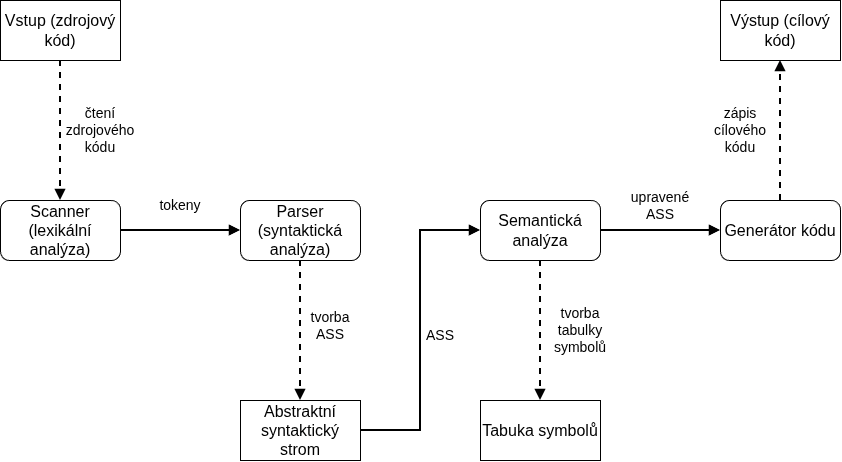
Before: doc/figures/compiler_scheme.png, a diagram exported from draw.io (Rustatano/ifj26-project). Source tidied: cells renumbered, new cells last; positions are measured from the earlier drawing's top-left corner, leaving out a move shared by most shapes.
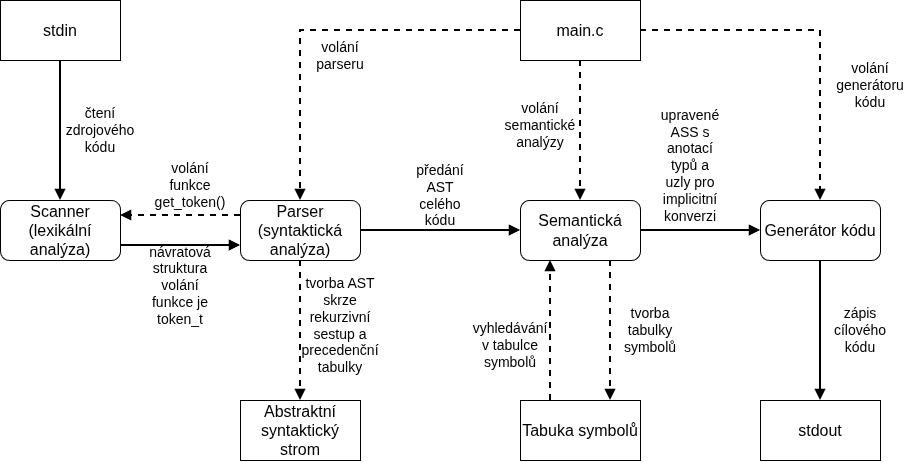
Later version of the same file.

The edit, as a diff of the source:
```diff
@@ -2,8 +2,8 @@
   <root>
     <mxCell id="0" />
     <mxCell id="1" parent="0" />
-    <mxCell id="2" style="edgeStyle=orthogonalEdgeStyle;rounded=0;jettySize=auto;html=1;entryX=0;entryY=0.5;entryDx=0;entryDy=0;defaultLabelBackgroundColor=page;strokeWidth=2;endArrow=block;endFill=1;" parent="1" edge="1" source="3" target="5">
-      <mxGeometry relative="1" as="geometry" />
+    <mxCell id="2" style="edgeStyle=orthogonalEdgeStyle;rounded=0;jettySize=auto;html=1;defaultLabelBackgroundColor=page;strokeWidth=2;endArrow=block;endFill=1;exitX=1;exitY=0.75;exitDx=0;exitDy=0;entryX=0;entryY=0.75;entryDx=0;entryDy=0;" parent="1" edge="1" source="3" target="5">
+      <mxGeometry x="-0.29" relative="1" as="geometry" />
     </mxCell>
     <mxCell id="3" value="Scanner (lexikální analýza&lt;span style=&quot;background-color: transparent; color: light-dark(#000000, var(--ge-light-color, #ffffff));&quot;&gt;)&lt;/span&gt;" style="rounded=1;whiteSpace=wrap;html=1;roundedPerimeter=1;fontSize=16;" parent="1" vertex="1">
       <mxGeometry y="200" width="120" height="60" as="geometry" />
@@ -11,62 +11,95 @@
     <mxCell id="4" style="edgeStyle=orthogonalEdgeStyle;rounded=0;jettySize=auto;html=1;entryX=0.5;entryY=0;entryDx=0;entryDy=0;defaultLabelBackgroundColor=page;dashed=1;endArrow=block;endFill=1;strokeWidth=2;" parent="1" edge="1" source="5" target="12">
       <mxGeometry relative="1" as="geometry" />
     </mxCell>
+    <mxCell id="24" style="edgeStyle=orthogonalEdgeStyle;rounded=0;jettySize=auto;html=1;defaultLabelBackgroundColor=page;labelPadding=0 4;endArrow=block;endFill=1;strokeWidth=2;dashed=1;entryX=1;entryY=0.25;entryDx=0;entryDy=0;exitX=0;exitY=0.25;exitDx=0;exitDy=0;" parent="1" edge="1" source="5" target="3">
+      <mxGeometry relative="1" as="geometry" />
+    </mxCell>
     <mxCell id="5" value="Parser (syntaktická analýza)" style="rounded=1;whiteSpace=wrap;html=1;roundedPerimeter=1;fontSize=16;" parent="1" vertex="1">
       <mxGeometry x="240" y="200" width="120" height="60" as="geometry" />
     </mxCell>
     <mxCell id="6" style="edgeStyle=orthogonalEdgeStyle;rounded=0;jettySize=auto;html=1;entryX=0;entryY=0.5;entryDx=0;entryDy=0;defaultLabelBackgroundColor=page;strokeWidth=2;endArrow=block;endFill=1;" parent="1" edge="1" source="9" target="11">
       <mxGeometry relative="1" as="geometry" />
     </mxCell>
-    <mxCell id="7" style="edgeStyle=orthogonalEdgeStyle;rounded=0;jettySize=auto;html=1;entryX=0.5;entryY=0;entryDx=0;entryDy=0;defaultLabelBackgroundColor=page;dashed=1;endArrow=block;endFill=1;strokeWidth=2;" parent="1" edge="1" source="9" target="13">
-      <mxGeometry relative="1" as="geometry" />
+    <mxCell id="7" style="edgeStyle=orthogonalEdgeStyle;rounded=0;jettySize=auto;html=1;entryX=0.75;entryY=0;entryDx=0;entryDy=0;defaultLabelBackgroundColor=page;dashed=1;endArrow=block;endFill=1;strokeWidth=2;exitX=0.75;exitY=1;exitDx=0;exitDy=0;" parent="1" edge="1" source="9" target="13">
+      <mxGeometry x="-0.18" relative="1" as="geometry" />
     </mxCell>
-    <mxCell id="8" style="edgeStyle=orthogonalEdgeStyle;rounded=0;jettySize=auto;html=1;entryX=1;entryY=0.5;entryDx=0;entryDy=0;defaultLabelBackgroundColor=page;strokeWidth=2;startArrow=block;startFill=1;endArrow=none;endFill=0;" parent="1" edge="1" source="9" target="12">
+    <mxCell id="8" style="edgeStyle=orthogonalEdgeStyle;rounded=0;jettySize=auto;html=1;entryX=1;entryY=0.5;entryDx=0;entryDy=0;defaultLabelBackgroundColor=page;strokeWidth=2;startArrow=block;startFill=1;endArrow=none;endFill=0;" parent="1" edge="1" source="9" target="5">
       <mxGeometry relative="1" as="geometry" />
     </mxCell>
     <mxCell id="9" value="Semantická analýza" style="rounded=1;whiteSpace=wrap;html=1;roundedPerimeter=1;fontSize=16;" parent="1" vertex="1">
-      <mxGeometry x="480" y="200" width="120" height="60" as="geometry" />
+      <mxGeometry x="520" y="200" width="120" height="60" as="geometry" />
     </mxCell>
-    <mxCell id="10" style="edgeStyle=orthogonalEdgeStyle;rounded=0;jettySize=auto;html=1;entryX=0.5;entryY=1;entryDx=0;entryDy=0;defaultLabelBackgroundColor=page;dashed=1;endArrow=block;endFill=1;strokeWidth=2;" parent="1" edge="1" source="11" target="16">
+    <mxCell id="10" style="edgeStyle=orthogonalEdgeStyle;rounded=0;jettySize=auto;html=1;entryX=0.5;entryY=0;entryDx=0;entryDy=0;defaultLabelBackgroundColor=page;endArrow=block;endFill=1;strokeWidth=2;" parent="1" edge="1" source="11" target="16">
       <mxGeometry relative="1" as="geometry" />
     </mxCell>
     <mxCell id="11" value="Generátor kódu" style="rounded=1;whiteSpace=wrap;html=1;roundedPerimeter=1;fontSize=16;" parent="1" vertex="1">
-      <mxGeometry x="720" y="200" width="120" height="60" as="geometry" />
+      <mxGeometry x="760" y="200" width="120" height="60" as="geometry" />
     </mxCell>
     <mxCell id="12" value="&lt;span style=&quot;font-size: 16px;&quot;&gt;Abstraktní syntaktický strom&lt;/span&gt;" style="rounded=0;whiteSpace=wrap;html=1;" parent="1" vertex="1">
       <mxGeometry x="240" y="400" width="120" height="60" as="geometry" />
     </mxCell>
+    <mxCell id="25" style="edgeStyle=orthogonalEdgeStyle;rounded=0;jettySize=auto;html=1;exitX=0.25;exitY=0;exitDx=0;exitDy=0;entryX=0.25;entryY=1;entryDx=0;entryDy=0;defaultLabelBackgroundColor=page;labelPadding=0 4;strokeWidth=2;dashed=1;endArrow=block;endFill=1;" parent="1" edge="1" source="13" target="9">
+      <mxGeometry relative="1" as="geometry" />
+    </mxCell>
     <mxCell id="13" value="&lt;span style=&quot;font-size: 16px;&quot;&gt;Tab&lt;/span&gt;&lt;span style=&quot;font-size: 16px; background-color: transparent;&quot;&gt;uka symbolů&lt;/span&gt;" style="rounded=0;whiteSpace=wrap;html=1;" parent="1" vertex="1">
-      <mxGeometry x="480" y="400" width="120" height="60" as="geometry" />
+      <mxGeometry x="520" y="400" width="120" height="60" as="geometry" />
     </mxCell>
-    <mxCell id="14" style="edgeStyle=orthogonalEdgeStyle;rounded=0;jettySize=auto;html=1;entryX=0.5;entryY=0;entryDx=0;entryDy=0;defaultLabelBackgroundColor=page;strokeWidth=2;endArrow=block;endFill=1;dashed=1;" parent="1" edge="1" source="15" target="3">
+    <mxCell id="14" style="edgeStyle=orthogonalEdgeStyle;rounded=0;jettySize=auto;html=1;entryX=0.5;entryY=0;entryDx=0;entryDy=0;defaultLabelBackgroundColor=page;strokeWidth=2;endArrow=block;endFill=1;" parent="1" edge="1" source="15" target="3">
       <mxGeometry relative="1" as="geometry" />
     </mxCell>
-    <mxCell id="15" value="&lt;span style=&quot;font-size: 16px;&quot;&gt;Vstup (zdrojový kód)&lt;/span&gt;" style="rounded=0;whiteSpace=wrap;html=1;" parent="1" vertex="1">
+    <mxCell id="15" value="&lt;span style=&quot;font-size: 16px;&quot;&gt;stdin&lt;/span&gt;" style="rounded=0;whiteSpace=wrap;html=1;" parent="1" vertex="1">
       <mxGeometry width="120" height="60" as="geometry" />
     </mxCell>
-    <mxCell id="16" value="&lt;span style=&quot;font-size: 16px;&quot;&gt;Výstup (cílový kód)&lt;/span&gt;" style="rounded=0;whiteSpace=wrap;html=1;" parent="1" vertex="1">
-      <mxGeometry x="720" width="120" height="60" as="geometry" />
+    <mxCell id="16" value="&lt;span style=&quot;font-size: 16px;&quot;&gt;stdout&lt;/span&gt;" style="rounded=0;whiteSpace=wrap;html=1;" parent="1" vertex="1">
+      <mxGeometry x="760" y="400" width="120" height="60" as="geometry" />
     </mxCell>
     <mxCell id="17" value="čtení zdrojového kódu" style="text;html=1;whiteSpace=wrap;strokeColor=none;fillColor=none;align=center;verticalAlign=middle;rounded=0;fontSize=14;" parent="1" vertex="1">
       <mxGeometry x="70" y="115" width="60" height="30" as="geometry" />
     </mxCell>
     <mxCell id="18" value="zápis cílového kódu" style="text;html=1;whiteSpace=wrap;strokeColor=none;fillColor=none;align=center;verticalAlign=middle;rounded=0;fontSize=14;" parent="1" vertex="1">
-      <mxGeometry x="710" y="115" width="60" height="30" as="geometry" />
+      <mxGeometry x="830" y="315" width="60" height="30" as="geometry" />
     </mxCell>
-    <mxCell id="19" value="tokeny" style="text;html=1;whiteSpace=wrap;strokeColor=none;fillColor=none;align=center;verticalAlign=middle;rounded=0;fontSize=14;" parent="1" vertex="1">
-      <mxGeometry x="150" y="190" width="60" height="30" as="geometry" />
+    <mxCell id="19" value="návratová struktura volání funkce je token_t" style="text;html=1;whiteSpace=wrap;strokeColor=none;fillColor=none;align=center;verticalAlign=middle;rounded=0;fontSize=14;" parent="1" vertex="1">
+      <mxGeometry x="150" y="270" width="60" height="30" as="geometry" />
     </mxCell>
-    <mxCell id="20" value="tvorba ASS" style="text;html=1;whiteSpace=wrap;strokeColor=none;fillColor=none;align=center;verticalAlign=middle;rounded=0;fontSize=14;" parent="1" vertex="1">
-      <mxGeometry x="300" y="310" width="60" height="30" as="geometry" />
+    <mxCell id="20" value="tvorba AST skrze rekurzivní sestup a precedenční tabulky" style="text;html=1;whiteSpace=wrap;strokeColor=none;fillColor=none;align=center;verticalAlign=middle;rounded=0;fontSize=14;" parent="1" vertex="1">
+      <mxGeometry x="310" y="310" width="60" height="30" as="geometry" />
     </mxCell>
     <mxCell id="21" value="tvorba tabulky symbolů" style="text;html=1;whiteSpace=wrap;strokeColor=none;fillColor=none;align=center;verticalAlign=middle;rounded=0;fontSize=14;" parent="1" vertex="1">
-      <mxGeometry x="550" y="315" width="60" height="30" as="geometry" />
+      <mxGeometry x="620" y="315" width="60" height="30" as="geometry" />
     </mxCell>
-    <mxCell id="22" value="ASS" style="text;html=1;whiteSpace=wrap;strokeColor=none;fillColor=none;align=center;verticalAlign=middle;rounded=0;fontSize=14;" parent="1" vertex="1">
-      <mxGeometry x="410" y="320" width="60" height="30" as="geometry" />
+    <mxCell id="22" value="předání AST celého kódu" style="text;html=1;whiteSpace=wrap;strokeColor=none;fillColor=none;align=center;verticalAlign=middle;rounded=0;fontSize=14;" parent="1" vertex="1">
+      <mxGeometry x="410" y="180" width="60" height="30" as="geometry" />
     </mxCell>
-    <mxCell id="23" value="upravené ASS" style="text;html=1;whiteSpace=wrap;strokeColor=none;fillColor=none;align=center;verticalAlign=middle;rounded=0;fontSize=14;" parent="1" vertex="1">
-      <mxGeometry x="630" y="190" width="60" height="30" as="geometry" />
+    <mxCell id="23" value="upravené ASS s anotací typů a uzly pro implicitní konverzi" style="text;html=1;whiteSpace=wrap;strokeColor=none;fillColor=none;align=center;verticalAlign=middle;rounded=0;fontSize=14;" parent="1" vertex="1">
+      <mxGeometry x="660" y="150" width="60" height="30" as="geometry" />
     </mxCell>
+    <mxCell id="26" value="&lt;font style=&quot;font-size: 14px;&quot;&gt;vyhledávání v tabulce symbolů&lt;/font&gt;" style="text;html=1;whiteSpace=wrap;strokeColor=none;fillColor=none;align=center;verticalAlign=middle;rounded=0;" parent="1" vertex="1">
+      <mxGeometry x="480" y="330" width="60" height="30" as="geometry" />
+    </mxCell>
+    <mxCell id="27" value="&lt;font style=&quot;font-size: 14px;&quot;&gt;volání funkce get_token()&lt;/font&gt;" style="text;html=1;whiteSpace=wrap;strokeColor=none;fillColor=none;align=center;verticalAlign=middle;rounded=0;" parent="1" vertex="1">
+      <mxGeometry x="160" y="170" width="60" height="30" as="geometry" />
+    </mxCell>
+    <mxCell id="28" style="edgeStyle=orthogonalEdgeStyle;rounded=0;jettySize=auto;html=1;entryX=0.5;entryY=0;entryDx=0;entryDy=0;defaultLabelBackgroundColor=page;labelPadding=0 4;strokeWidth=2;endArrow=block;endFill=1;dashed=1;" parent="1" edge="1" source="31" target="5">
+      <mxGeometry relative="1" as="geometry" />
+    </mxCell>
+    <mxCell id="29" style="edgeStyle=orthogonalEdgeStyle;rounded=0;jettySize=auto;html=1;entryX=0.5;entryY=0;entryDx=0;entryDy=0;defaultLabelBackgroundColor=page;labelPadding=0 4;strokeWidth=2;endArrow=block;endFill=1;dashed=1;" parent="1" edge="1" source="31" target="9">
+      <mxGeometry relative="1" as="geometry" />
+    </mxCell>
+    <mxCell id="30" style="edgeStyle=orthogonalEdgeStyle;rounded=0;jettySize=auto;html=1;entryX=0.5;entryY=0;entryDx=0;entryDy=0;defaultLabelBackgroundColor=page;labelPadding=0 4;strokeWidth=2;endArrow=block;endFill=1;dashed=1;" parent="1" edge="1" source="31" target="11">
+      <mxGeometry relative="1" as="geometry" />
+    </mxCell>
+    <mxCell id="31" value="&lt;font style=&quot;font-size: 16px;&quot;&gt;main.c&lt;/font&gt;" style="rounded=0;whiteSpace=wrap;html=1;" parent="1" vertex="1">
+      <mxGeometry x="520" width="120" height="60" as="geometry" />
+    </mxCell>
+    <mxCell id="32" value="volání parseru" style="text;html=1;whiteSpace=wrap;strokeColor=none;fillColor=none;align=center;verticalAlign=middle;rounded=0;fontSize=14;" parent="1" vertex="1">
+      <mxGeometry x="310" y="40" width="60" height="30" as="geometry" />
+    </mxCell>
+    <mxCell id="33" value="volání semantické analýzy" style="text;html=1;whiteSpace=wrap;strokeColor=none;fillColor=none;align=center;verticalAlign=middle;rounded=0;fontSize=14;" parent="1" vertex="1">
+      <mxGeometry x="510" y="110" width="60" height="30" as="geometry" />
+    </mxCell>
+    <mxCell id="34" value="volání generátoru kódu" style="text;html=1;whiteSpace=wrap;strokeColor=none;fillColor=none;align=center;verticalAlign=middle;rounded=0;fontSize=14;" parent="1" vertex="1">
+      <mxGeometry x="840" y="70" width="60" height="30" as="geometry" />
+    </mxCell>
   </root>
 </mxGraphModel>
```
